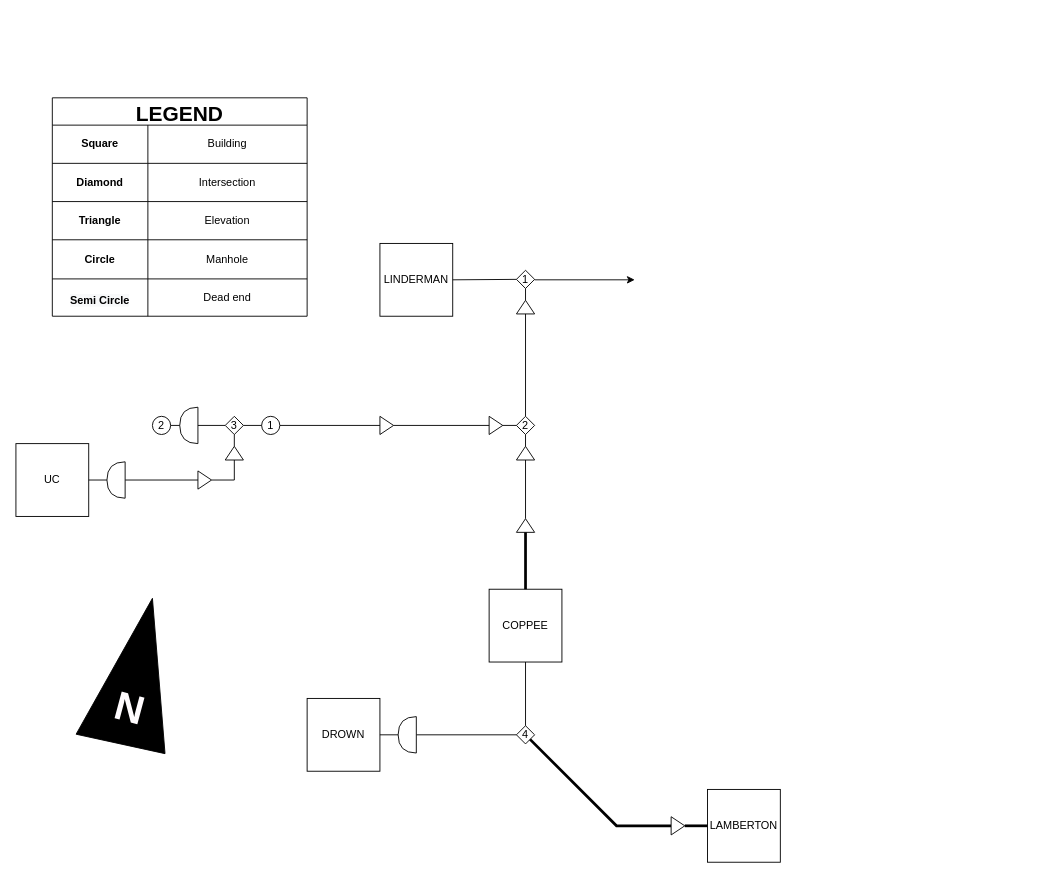
Above: diagram.drawio in shun-ueda/lehigh-stream-tunnel (draw.io), before the change. Source tidied: cells renumbered, new cells numbered last; positions are measured from the earlier drawing's top-left corner, leaving out a move shared by most shapes. Both pictures are drawn from the tidied source at 91%, with x=0, y=0 at pixel (15, 97).
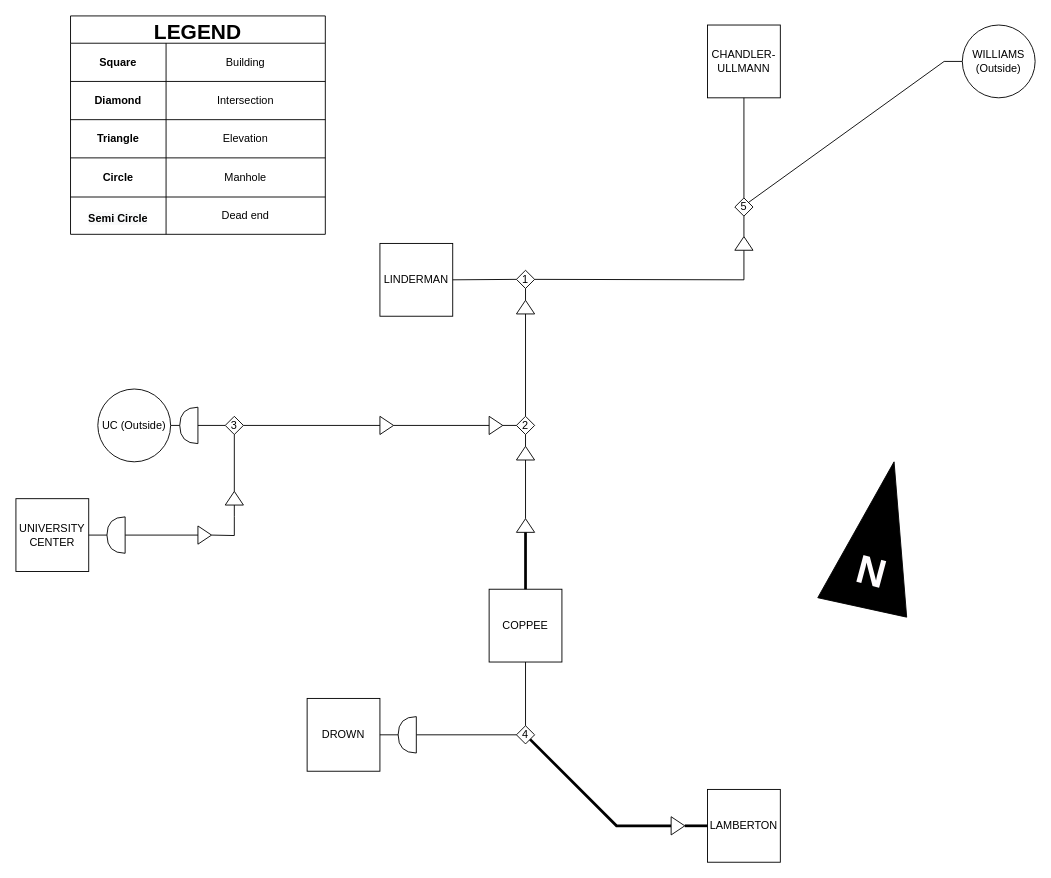
The same diagram, later.

The change refers to these unchanged cells:
```xml
<mxCell id="3" value="1" style="rhombus;whiteSpace=wrap;html=1;" parent="1" vertex="1">
  <mxGeometry x="550" y="189.5" width="20" height="20" as="geometry" />
</mxCell>
<mxCell id="13" style="triangle;whiteSpace=wrap;html=1;rotation=0;" parent="1" vertex="1">
  <mxGeometry x="400" y="350" width="15" height="20" as="geometry" />
</mxCell>
<mxCell id="15" value="3" style="rhombus;whiteSpace=wrap;html=1;" parent="1" vertex="1">
  <mxGeometry x="230" y="350" width="20" height="20" as="geometry" />
</mxCell>
<mxCell id="21" style="shape=or;whiteSpace=wrap;html=1;rotation=0;flipV=0;flipH=1;" parent="1" vertex="1">
  <mxGeometry x="180" y="340" width="20" height="40" as="geometry" />
</mxCell>
```

What changed in the source:
```diff
@@
     <mxCell id="16" style="triangle;whiteSpace=wrap;html=1;rotation=-90;" parent="1" vertex="1">
-      <mxGeometry x="232.5" y="380.5" width="15" height="20" as="geometry" />
+      <mxGeometry x="232.5" y="430" width="15" height="20" as="geometry" />
     </mxCell>
@@
     <mxCell id="18" style="triangle;whiteSpace=wrap;html=1;rotation=0;" parent="1" vertex="1">
-      <mxGeometry x="200" y="410" width="15" height="20" as="geometry" />
+      <mxGeometry x="200" y="470.5" width="15" height="20" as="geometry" />
     </mxCell>
     <mxCell id="19" style="endArrow=none;html=1;rounded=0;entryX=0;entryY=0.5;entryDx=0;entryDy=0;exitX=1;exitY=0.5;exitDx=0;exitDy=0;" parent="1" edge="1" source="18" target="16">
       <mxGeometry relative="1" as="geometry">
         <Array as="points">
-          <mxPoint x="240" y="420" />
+          <mxPoint x="240" y="481" />
+          <mxPoint x="240" y="460" />
         </Array>
       </mxGeometry>
     </mxCell>
-    <mxCell id="20" style="endArrow=none;html=1;rounded=0;entryX=0;entryY=0.5;entryDx=0;entryDy=0;exitX=1;exitY=0.5;exitDx=0;exitDy=0;" parent="1" edge="1" source="44" target="13">
+    <mxCell id="20" style="endArrow=none;html=1;rounded=0;entryX=0;entryY=0.5;entryDx=0;entryDy=0;exitX=1;exitY=0.5;exitDx=0;exitDy=0;" parent="1" edge="1" source="15" target="13">
       <mxGeometry relative="1" as="geometry" />
     </mxCell>
@@
-    <mxCell id="24" style="endArrow=classic;html=1;rounded=0;" parent="1" edge="1">
-      <mxGeometry relative="1" as="geometry">
-        <mxPoint x="570" y="200" as="sourcePoint" />
-        <mxPoint x="680" y="200" as="targetPoint" />
-      </mxGeometry>
-    </mxCell>
     <mxCell id="25" style="shape=or;whiteSpace=wrap;html=1;rotation=0;flipV=0;flipH=1;" parent="1" vertex="1">
-      <mxGeometry x="100" y="400" width="20" height="40" as="geometry" />
+      <mxGeometry x="100" y="460.5" width="20" height="40" as="geometry" />
     </mxCell>
     <mxCell id="26" value="LEGEND" style="shape=table;startSize=30;childLayout=tableLayout;fontStyle=1;align=center;fontSize=23;" parent="1" vertex="1">
-      <mxGeometry x="40" width="280" height="240" as="geometry" />
+      <mxGeometry x="60" y="-90" width="280" height="240" as="geometry" />
     </mxCell>
@@
     <mxCell id="42" style="shape=mxgraph.arrows2.wedgeArrow;html=1;startWidth=50;fillColor=strokeColor;defaultFillColor=invert;defaultGradientColor=invert;rounded=0;" parent="1" edge="1">
       <mxGeometry relative="1" as="geometry">
-        <mxPoint x="115" y="710" as="sourcePoint" />
-        <mxPoint x="150" y="550" as="targetPoint" />
+        <mxPoint x="930" y="560" as="sourcePoint" />
+        <mxPoint x="965" y="400" as="targetPoint" />
       </mxGeometry>
     </mxCell>
@@
-    <mxCell id="44" value="1" style="ellipse;whiteSpace=wrap;labelBackgroundColor=none;fontSize=12;fontColor=#000000;" parent="1" vertex="1">
-      <mxGeometry x="270" y="350" width="20" height="20" as="geometry" />
-    </mxCell>
-    <mxCell id="45" style="endArrow=none;html=1;rounded=0;fontSize=44;fontColor=#FFFCFE;exitX=1;exitY=0.5;exitDx=0;exitDy=0;entryX=0;entryY=0.5;entryDx=0;entryDy=0;" parent="1" edge="1" source="15" target="44">
-      <mxGeometry relative="1" as="geometry" />
-    </mxCell>
@@
-    <mxCell id="55" value="UC" style="rounded=0;whiteSpace=wrap;html=1;" parent="1" vertex="1">
-      <mxGeometry y="380" width="80" height="80" as="geometry" />
+    <mxCell id="55" value="UNIVERSITY CENTER" style="rounded=0;whiteSpace=wrap;html=1;" parent="1" vertex="1">
+      <mxGeometry y="440.5" width="80" height="80" as="geometry" />
     </mxCell>
@@
-    <mxCell id="62" value="2" style="ellipse;whiteSpace=wrap;labelBackgroundColor=none;fontSize=12;fontColor=#000000;" parent="1" vertex="1">
-      <mxGeometry x="150" y="350" width="20" height="20" as="geometry" />
-    </mxCell>
-    <mxCell id="63" style="endArrow=none;html=1;rounded=0;entryX=1;entryY=0.5;entryDx=0;entryDy=0;exitX=1;exitY=0.5;exitDx=0;exitDy=0;exitPerimeter=0;" parent="1" edge="1" source="21" target="62">
+    <mxCell id="63" style="endArrow=none;html=1;rounded=0;entryX=1;entryY=0.5;entryDx=0;entryDy=0;exitX=1;exitY=0.5;exitDx=0;exitDy=0;exitPerimeter=0;" parent="1" edge="1" source="21" target="72">
       <mxGeometry relative="1" as="geometry" />
     </mxCell>
+    <mxCell id="64" value="5" style="rhombus;whiteSpace=wrap;html=1;" parent="1" vertex="1">
+      <mxGeometry x="790" y="110" width="20" height="20" as="geometry" />
+    </mxCell>
+    <mxCell id="65" style="endArrow=none;html=1;rounded=0;exitX=1;exitY=0.5;exitDx=0;exitDy=0;entryX=0;entryY=0.5;entryDx=0;entryDy=0;" parent="1" edge="1" source="3" target="69">
+      <mxGeometry relative="1" as="geometry">
+        <Array as="points">
+          <mxPoint x="800" y="200" />
+        </Array>
+      </mxGeometry>
+    </mxCell>
+    <mxCell id="66" value="CHANDLER-ULLMANN" style="rounded=0;whiteSpace=wrap;html=1;" parent="1" vertex="1">
+      <mxGeometry x="760" y="-80" width="80" height="80" as="geometry" />
+    </mxCell>
+    <mxCell id="67" style="endArrow=none;html=1;rounded=0;entryX=0.5;entryY=1;entryDx=0;entryDy=0;exitX=0.5;exitY=0;exitDx=0;exitDy=0;" parent="1" edge="1" source="64" target="66">
+      <mxGeometry relative="1" as="geometry" />
+    </mxCell>
+    <mxCell id="68" style="endArrow=none;html=1;rounded=0;exitX=1;exitY=0;exitDx=0;exitDy=0;entryX=0;entryY=0.5;entryDx=0;entryDy=0;" parent="1" edge="1" source="64" target="71">
+      <mxGeometry relative="1" as="geometry">
+        <Array as="points">
+          <mxPoint x="1020" y="-40" />
+        </Array>
+      </mxGeometry>
+    </mxCell>
+    <mxCell id="69" style="triangle;whiteSpace=wrap;html=1;rotation=-90;" parent="1" vertex="1">
+      <mxGeometry x="792.5" y="150" width="15" height="20" as="geometry" />
+    </mxCell>
+    <mxCell id="70" style="endArrow=none;html=1;rounded=0;entryX=1;entryY=0.5;entryDx=0;entryDy=0;exitX=0.5;exitY=1;exitDx=0;exitDy=0;" parent="1" edge="1" source="64" target="69">
+      <mxGeometry relative="1" as="geometry" />
+    </mxCell>
+    <mxCell id="71" value="WILLIAMS&lt;br&gt;(Outside)" style="ellipse;whiteSpace=wrap;html=1;" parent="1" vertex="1">
+      <mxGeometry x="1040" y="-80" width="80" height="80" as="geometry" />
+    </mxCell>
+    <mxCell id="72" value="UC (Outside)" style="ellipse;whiteSpace=wrap;html=1;" parent="1" vertex="1">
+      <mxGeometry x="90" y="320" width="80" height="80" as="geometry" />
+    </mxCell>
```
